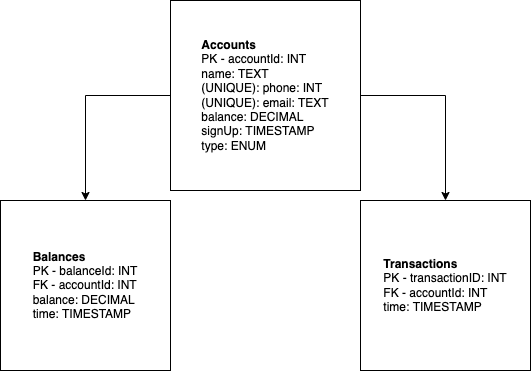
Before: Entity-diagram.png, a diagram exported from draw.io (ReeceKidd/bank-accounts-application). Source tidied: cells renumbered, new cells last; positions are measured from the earlier drawing's top-left corner, leaving out a move shared by most shapes.
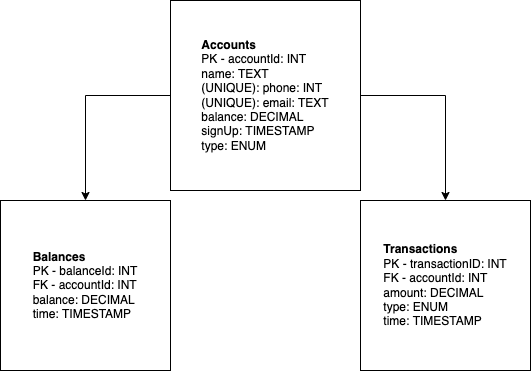
The same diagram one commit later.

Commit message:
chore: updated entity diagram

Change to the diagram source:
```diff
@@ -14,7 +14,7 @@
     <mxCell id="5" value="&lt;div style=&quot;text-align: left&quot;&gt;&lt;b&gt;Balances&lt;/b&gt;&lt;/div&gt;&lt;div style=&quot;text-align: left&quot;&gt;&lt;span&gt;PK - balanceId: INT&lt;/span&gt;&lt;/div&gt;&lt;div style=&quot;text-align: left&quot;&gt;&lt;span&gt;FK - accountId: INT&lt;/span&gt;&lt;/div&gt;&lt;div style=&quot;text-align: left&quot;&gt;&lt;span&gt;balance: DECIMAL&lt;/span&gt;&lt;/div&gt;&lt;div style=&quot;text-align: left&quot;&gt;time: TIMESTAMP&lt;/div&gt;" style="whiteSpace=wrap;html=1;align=center;" parent="1" vertex="1">
       <mxGeometry y="200" width="170" height="170" as="geometry" />
     </mxCell>
-    <mxCell id="6" value="&lt;div style=&quot;text-align: left&quot;&gt;&lt;b&gt;Transactions&lt;/b&gt;&lt;/div&gt;&lt;div style=&quot;text-align: left&quot;&gt;PK - transactionID: INT&lt;/div&gt;&lt;div style=&quot;text-align: left&quot;&gt;&lt;span&gt;FK - accountId: INT&lt;/span&gt;&lt;/div&gt;&lt;div style=&quot;text-align: left&quot;&gt;time: TIMESTAMP&lt;/div&gt;" style="whiteSpace=wrap;html=1;align=center;" parent="1" vertex="1">
+    <mxCell id="6" value="&lt;div style=&quot;text-align: left&quot;&gt;&lt;b&gt;Transactions&lt;/b&gt;&lt;/div&gt;&lt;div style=&quot;text-align: left&quot;&gt;PK - transactionID: INT&lt;/div&gt;&lt;div style=&quot;text-align: left&quot;&gt;&lt;span&gt;FK - accountId: INT&lt;/span&gt;&lt;/div&gt;&lt;div style=&quot;text-align: left&quot;&gt;&lt;span&gt;amount: DECIMAL&lt;/span&gt;&lt;/div&gt;&lt;div style=&quot;text-align: left&quot;&gt;&lt;span&gt;type: ENUM&lt;/span&gt;&lt;/div&gt;&lt;div style=&quot;text-align: left&quot;&gt;time: TIMESTAMP&lt;/div&gt;" style="whiteSpace=wrap;html=1;align=center;" parent="1" vertex="1">
       <mxGeometry x="360" y="200" width="170" height="170" as="geometry" />
     </mxCell>
   </root>
```
